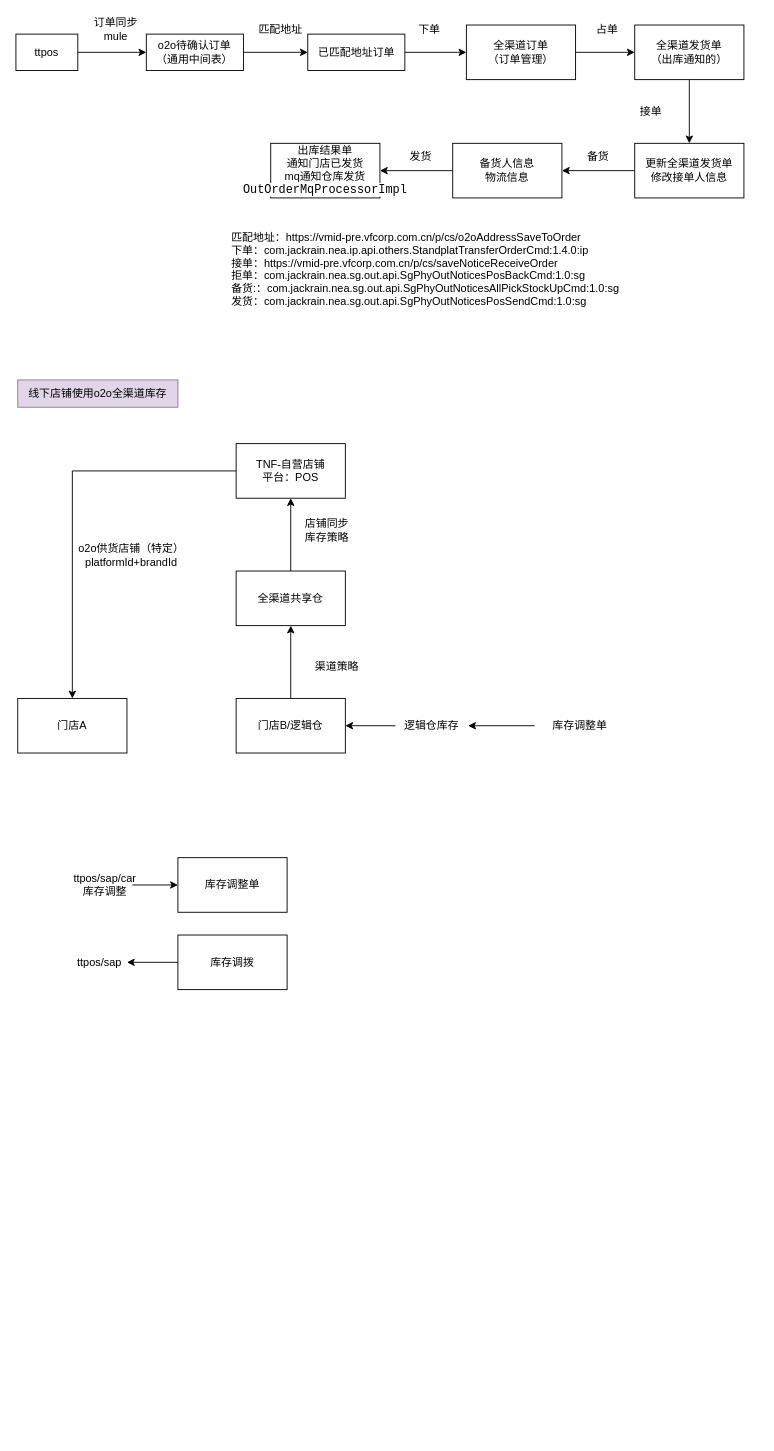
Before: VF/VMID/o2o_flow.drawio in yeahsyoung/diagram, a draw.io diagram. Source tidied: cells renumbered, new cells numbered last; positions are measured from the earlier drawing's top-left corner, leaving out a move shared by most shapes. Both pictures are drawn from the tidied source at 91%, with x=0, y=0 at pixel (15, 15).
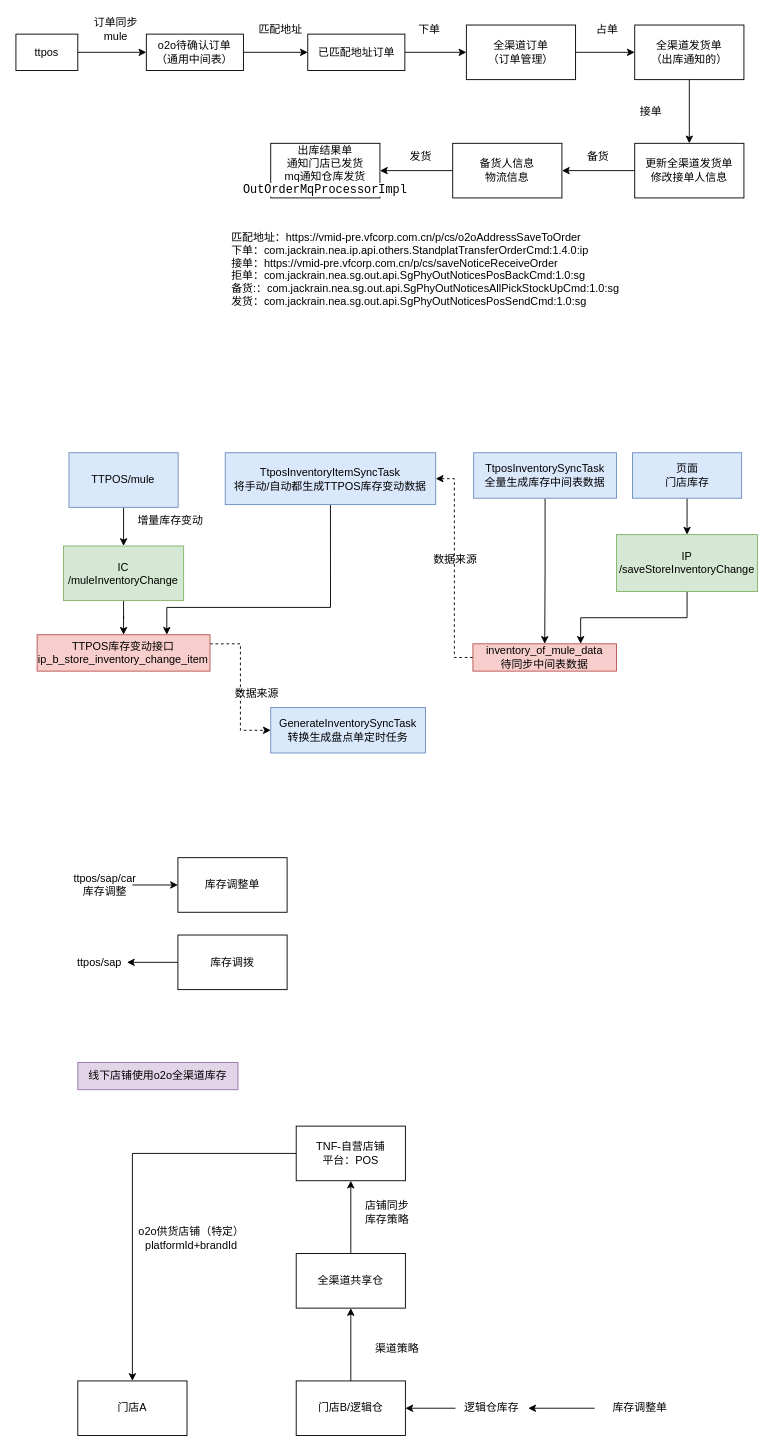
Above is the later version.

The edit, as a diff of the source:
```diff
@@
     <mxCell id="21" value="门店B/逻辑仓" style="rounded=0;whiteSpace=wrap;html=1;" parent="1" vertex="1">
-      <mxGeometry x="242" y="750" width="120" height="60" as="geometry" />
+      <mxGeometry x="308" y="1500" width="120" height="60" as="geometry" />
     </mxCell>
@@
     <mxCell id="23" value="全渠道共享仓" style="rounded=0;whiteSpace=wrap;html=1;" parent="1" vertex="1">
-      <mxGeometry x="242" y="610" width="120" height="60" as="geometry" />
+      <mxGeometry x="308" y="1360" width="120" height="60" as="geometry" />
     </mxCell>
@@
     <mxCell id="25" value="TNF-自营店铺&lt;div&gt;平台：POS&lt;/div&gt;" style="rounded=0;whiteSpace=wrap;html=1;" parent="1" vertex="1">
-      <mxGeometry x="242" y="470" width="120" height="60" as="geometry" />
+      <mxGeometry x="308" y="1220" width="120" height="60" as="geometry" />
     </mxCell>
@@
     <mxCell id="27" value="逻辑仓库存" style="text;html=1;whiteSpace=wrap;strokeColor=none;fillColor=none;align=center;verticalAlign=middle;rounded=0;" parent="1" vertex="1">
-      <mxGeometry x="417" y="765" width="80" height="30" as="geometry" />
+      <mxGeometry x="483" y="1515" width="80" height="30" as="geometry" />
     </mxCell>
@@
     <mxCell id="29" value="库存调整单" style="text;html=1;whiteSpace=wrap;strokeColor=none;fillColor=none;align=center;verticalAlign=middle;rounded=0;" parent="1" vertex="1">
-      <mxGeometry x="570" y="765" width="100" height="30" as="geometry" />
+      <mxGeometry x="636" y="1515" width="100" height="30" as="geometry" />
     </mxCell>
     <mxCell id="30" value="渠道策略" style="text;html=1;whiteSpace=wrap;strokeColor=none;fillColor=none;align=center;verticalAlign=middle;rounded=0;" parent="1" vertex="1">
-      <mxGeometry x="322.7" y="700" width="60" height="30" as="geometry" />
+      <mxGeometry x="388.7" y="1450" width="60" height="30" as="geometry" />
     </mxCell>
     <mxCell id="31" value="店铺同步库存策略" style="text;html=1;whiteSpace=wrap;strokeColor=none;fillColor=none;align=center;verticalAlign=middle;rounded=0;" parent="1" vertex="1">
-      <mxGeometry x="312" y="550" width="60" height="30" as="geometry" />
+      <mxGeometry x="378" y="1300" width="60" height="30" as="geometry" />
     </mxCell>
     <mxCell id="32" value="门店A" style="whiteSpace=wrap;html=1;" parent="1" vertex="1">
-      <mxGeometry x="2" y="750" width="120" height="60" as="geometry" />
+      <mxGeometry x="68" y="1500" width="120" height="60" as="geometry" />
     </mxCell>
     <mxCell id="33" value="o2o供货店铺（特定）&lt;div&gt;platformId+brandId&lt;/div&gt;" style="text;html=1;whiteSpace=wrap;strokeColor=none;fillColor=none;align=center;verticalAlign=middle;rounded=0;" parent="1" vertex="1">
-      <mxGeometry x="62" y="575" width="130" height="35" as="geometry" />
+      <mxGeometry x="128" y="1325" width="130" height="35" as="geometry" />
     </mxCell>
     <mxCell id="34" value="线下店铺使用o2o全渠道库存" style="text;html=1;whiteSpace=wrap;strokeColor=#9673a6;fillColor=#e1d5e7;align=center;verticalAlign=middle;rounded=0;" parent="1" vertex="1">
-      <mxGeometry x="2" y="400" width="176" height="30" as="geometry" />
+      <mxGeometry x="68" y="1150" width="176" height="30" as="geometry" />
     </mxCell>
@@
+    <mxCell id="46" style="edgeStyle=orthogonalEdgeStyle;rounded=0;jettySize=auto;html=1;" parent="1" edge="1" source="47" target="49">
+      <mxGeometry relative="1" as="geometry" />
+    </mxCell>
+    <mxCell id="47" value="TTPOS/mule" style="rounded=0;whiteSpace=wrap;html=1;fillColor=#dae8fc;strokeColor=#6c8ebf;" parent="1" vertex="1">
+      <mxGeometry x="58.3" y="480" width="120" height="60" as="geometry" />
+    </mxCell>
+    <mxCell id="48" style="edgeStyle=orthogonalEdgeStyle;rounded=0;jettySize=auto;html=1;entryX=0.5;entryY=0;entryDx=0;entryDy=0;" parent="1" edge="1" source="49" target="52">
+      <mxGeometry relative="1" as="geometry" />
+    </mxCell>
+    <mxCell id="49" value="IC&#10;/muleInventoryChange" style="rounded=0;whiteSpace=wrap;fillColor=#d5e8d4;strokeColor=#82b366;" parent="1" vertex="1">
+      <mxGeometry x="52.3" y="582.5" width="132" height="60" as="geometry" />
+    </mxCell>
+    <mxCell id="50" value="增量库存变动" style="text;html=1;whiteSpace=wrap;strokeColor=none;fillColor=none;align=center;verticalAlign=middle;rounded=0;" parent="1" vertex="1">
+      <mxGeometry x="105" y="540" width="130" height="30" as="geometry" />
+    </mxCell>
+    <mxCell id="51" style="edgeStyle=orthogonalEdgeStyle;rounded=0;jettySize=auto;html=1;exitX=1;exitY=0.25;exitDx=0;exitDy=0;entryX=0;entryY=0.5;entryDx=0;entryDy=0;dashed=1;" parent="1" edge="1" source="52" target="53">
+      <mxGeometry relative="1" as="geometry" />
+    </mxCell>
+    <mxCell id="52" value="TTPOS库存变动接口ip_b_store_inventory_change_item" style="rounded=0;whiteSpace=wrap;fillColor=#f8cecc;strokeColor=#b85450;" parent="1" vertex="1">
+      <mxGeometry x="23.3" y="680" width="190" height="40" as="geometry" />
+    </mxCell>
+    <mxCell id="53" value="GenerateInventorySyncTask&#10;转换生成盘点单定时任务" style="rounded=0;whiteSpace=wrap;fillColor=#dae8fc;strokeColor=#6c8ebf;" parent="1" vertex="1">
+      <mxGeometry x="280" y="760" width="170" height="50" as="geometry" />
+    </mxCell>
+    <mxCell id="54" style="edgeStyle=orthogonalEdgeStyle;rounded=0;jettySize=auto;html=1;exitX=0.5;exitY=1;exitDx=0;exitDy=0;entryX=0.5;entryY=0;entryDx=0;entryDy=0;" parent="1" edge="1" source="55" target="57">
+      <mxGeometry relative="1" as="geometry" />
+    </mxCell>
+    <mxCell id="55" value="TtposInventorySyncTask&#10;全量生成库存中间表数据" style="whiteSpace=wrap;fillColor=#dae8fc;strokeColor=#6c8ebf;" parent="1" vertex="1">
+      <mxGeometry x="503" y="480" width="157" height="50" as="geometry" />
+    </mxCell>
+    <mxCell id="56" style="edgeStyle=orthogonalEdgeStyle;rounded=0;jettySize=auto;html=1;exitX=0;exitY=0.5;exitDx=0;exitDy=0;entryX=1;entryY=0.5;entryDx=0;entryDy=0;dashed=1;" parent="1" edge="1" source="57" target="59">
+      <mxGeometry relative="1" as="geometry" />
+    </mxCell>
+    <mxCell id="57" value="inventory_of_mule_data&#10;待同步中间表数据" style="rounded=0;whiteSpace=wrap;fillColor=#f8cecc;strokeColor=#b85450;" parent="1" vertex="1">
+      <mxGeometry x="502.2" y="690" width="157.8" height="30" as="geometry" />
+    </mxCell>
+    <mxCell id="58" style="edgeStyle=orthogonalEdgeStyle;rounded=0;jettySize=auto;html=1;exitX=0.5;exitY=1;exitDx=0;exitDy=0;entryX=0.75;entryY=0;entryDx=0;entryDy=0;" parent="1" edge="1" source="59" target="52">
+      <mxGeometry relative="1" as="geometry">
+        <Array as="points">
+          <mxPoint x="346" y="650" />
+          <mxPoint x="166" y="650" />
+        </Array>
+      </mxGeometry>
+    </mxCell>
+    <mxCell id="59" value="TtposInventoryItemSyncTask&#10;将手动/自动都生成TTPOS库存变动数据" style="rounded=0;whiteSpace=wrap;fillColor=#dae8fc;strokeColor=#6c8ebf;" parent="1" vertex="1">
+      <mxGeometry x="230" y="480" width="231.3" height="57" as="geometry" />
+    </mxCell>
+    <mxCell id="60" value="数据来源" style="text;html=1;whiteSpace=wrap;strokeColor=none;fillColor=none;align=center;verticalAlign=middle;rounded=0;" parent="1" vertex="1">
+      <mxGeometry x="235" y="730" width="60" height="30" as="geometry" />
+    </mxCell>
+    <mxCell id="61" value="数据来源" style="text;html=1;whiteSpace=wrap;strokeColor=none;fillColor=none;align=center;verticalAlign=middle;rounded=0;" parent="1" vertex="1">
+      <mxGeometry x="453" y="582.5" width="60" height="30" as="geometry" />
+    </mxCell>
+    <mxCell id="62" style="edgeStyle=orthogonalEdgeStyle;rounded=0;jettySize=auto;html=1;" parent="1" edge="1" source="63" target="65">
+      <mxGeometry relative="1" as="geometry" />
+    </mxCell>
+    <mxCell id="63" value="页面&lt;div&gt;门店库存&lt;/div&gt;" style="whiteSpace=wrap;html=1;fillColor=#dae8fc;strokeColor=#6c8ebf;" parent="1" vertex="1">
+      <mxGeometry x="677.5" y="480" width="120" height="50" as="geometry" />
+    </mxCell>
+    <mxCell id="64" style="edgeStyle=orthogonalEdgeStyle;rounded=0;jettySize=auto;html=1;exitX=0.5;exitY=1;exitDx=0;exitDy=0;entryX=0.75;entryY=0;entryDx=0;entryDy=0;" parent="1" edge="1" source="65" target="57">
+      <mxGeometry relative="1" as="geometry" />
+    </mxCell>
+    <mxCell id="65" value="IP&#10;/saveStoreInventoryChange" style="whiteSpace=wrap;fillColor=#d5e8d4;strokeColor=#82b366;" parent="1" vertex="1">
+      <mxGeometry x="660" y="570" width="155" height="62.5" as="geometry" />
+    </mxCell>
```
